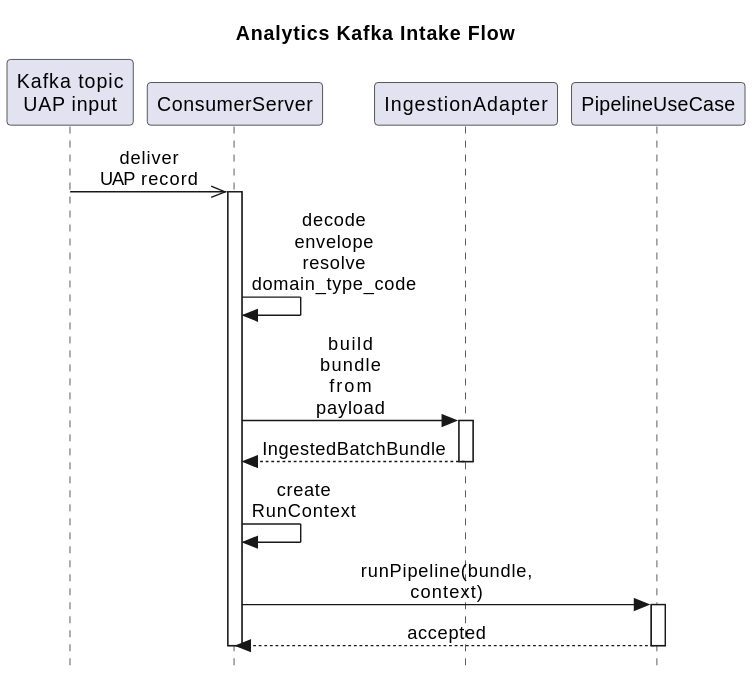
The PlantUML diagram final-report/images/chapter_5/seq-analytics-intake-flow.svg in smap-hcmut/report, before a commit. The source it was exported from:
```plantuml
@startuml
title Analytics Kafka Intake Flow
hide footbox
skinparam style strictuml
skinparam sequenceMessageAlign center
skinparam responseMessageBelowArrow true
skinparam maxMessageSize 70

participant "Kafka topic\nUAP input" as Kafka
participant "ConsumerServer" as Consumer
participant "IngestionAdapter" as Adapter
participant "PipelineUseCase" as Pipeline

Kafka ->> Consumer : deliver UAP record
activate Consumer
Consumer -> Consumer : decode envelope\nresolve domain_type_code
Consumer -> Adapter : build bundle from payload
activate Adapter
Adapter --> Consumer : IngestedBatchBundle
deactivate Adapter
Consumer -> Consumer : create RunContext
Consumer -> Pipeline : runPipeline(bundle, context)
activate Pipeline
Pipeline --> Consumer : accepted
deactivate Pipeline
deactivate Consumer
@enduml
```
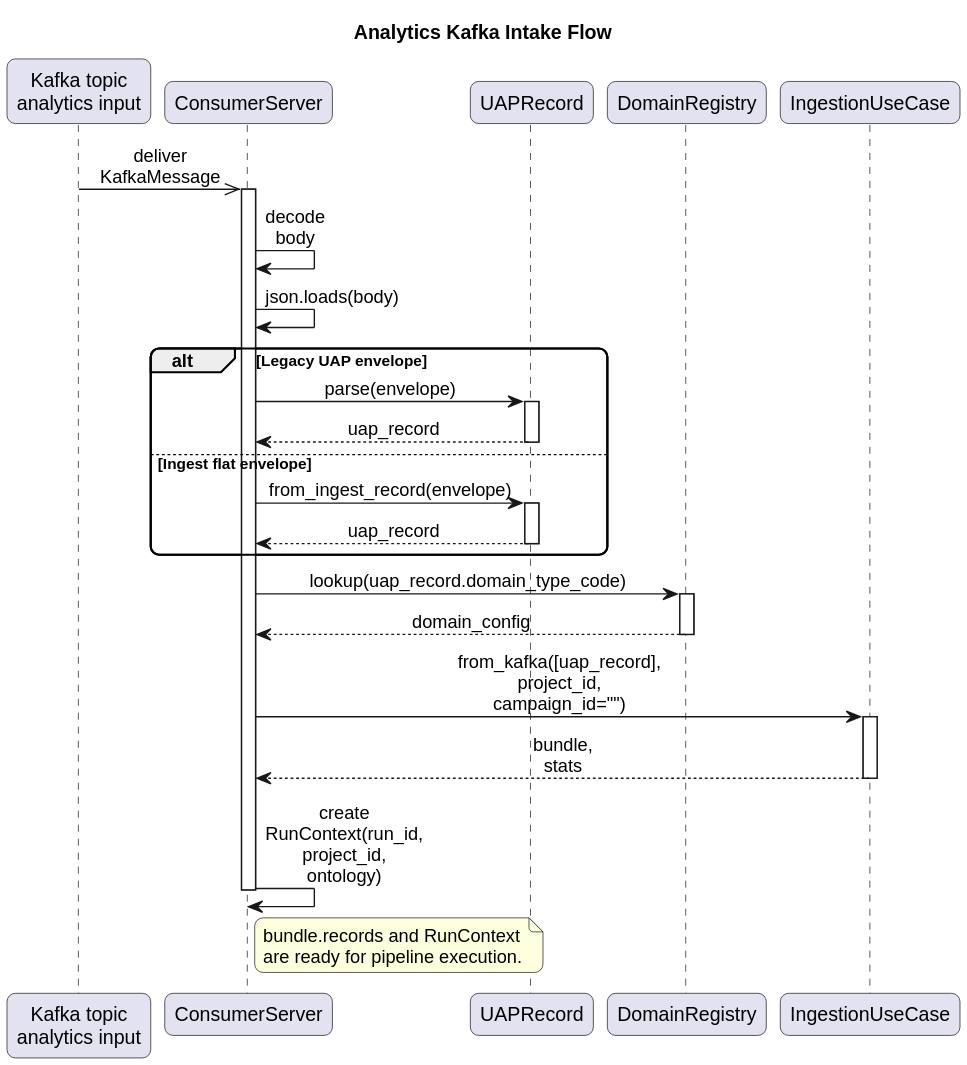
After the change.

Diff of the diagram source:
```diff
@@ -1,27 +1,49 @@
 @startuml
 title Analytics Kafka Intake Flow
-hide footbox
-skinparam style strictuml
+skinparam defaultFontName Arial
+skinparam shadowing false
 skinparam sequenceMessageAlign center
 skinparam responseMessageBelowArrow true
 skinparam maxMessageSize 70
+skinparam roundcorner 12
 
-participant "Kafka topic\nUAP input" as Kafka
+participant "Kafka topic\nanalytics input" as Kafka
 participant "ConsumerServer" as Consumer
-participant "IngestionAdapter" as Adapter
-participant "PipelineUseCase" as Pipeline
+participant "UAPRecord" as UAPRecord
+participant "DomainRegistry" as DomainRegistry
+participant "IngestionUseCase" as Ingestion
 
-Kafka ->> Consumer : deliver UAP record
+Kafka ->> Consumer : deliver KafkaMessage
 activate Consumer
-Consumer -> Consumer : decode envelope\nresolve domain_type_code
-Consumer -> Adapter : build bundle from payload
-activate Adapter
-Adapter --> Consumer : IngestedBatchBundle
-deactivate Adapter
-Consumer -> Consumer : create RunContext
-Consumer -> Pipeline : runPipeline(bundle, context)
-activate Pipeline
-Pipeline --> Consumer : accepted
-deactivate Pipeline
+Consumer -> Consumer : decode body
+Consumer -> Consumer : json.loads(body)
+
+alt Legacy UAP envelope
+  Consumer -> UAPRecord : parse(envelope)
+  activate UAPRecord
+  UAPRecord --> Consumer : uap_record
+  deactivate UAPRecord
+else Ingest flat envelope
+  Consumer -> UAPRecord : from_ingest_record(envelope)
+  activate UAPRecord
+  UAPRecord --> Consumer : uap_record
+  deactivate UAPRecord
+end
+
+Consumer -> DomainRegistry : lookup(uap_record.domain_type_code)
+activate DomainRegistry
+DomainRegistry --> Consumer : domain_config
+deactivate DomainRegistry
+
+Consumer -> Ingestion : from_kafka([uap_record], project_id, campaign_id="")
+activate Ingestion
+Ingestion --> Consumer : bundle, stats
+deactivate Ingestion
+
+Consumer -> Consumer : create RunContext(run_id, project_id, ontology)
+note right of Consumer
+  bundle.records and RunContext
+  are ready for pipeline execution.
+end note
 deactivate Consumer
 @enduml
```
